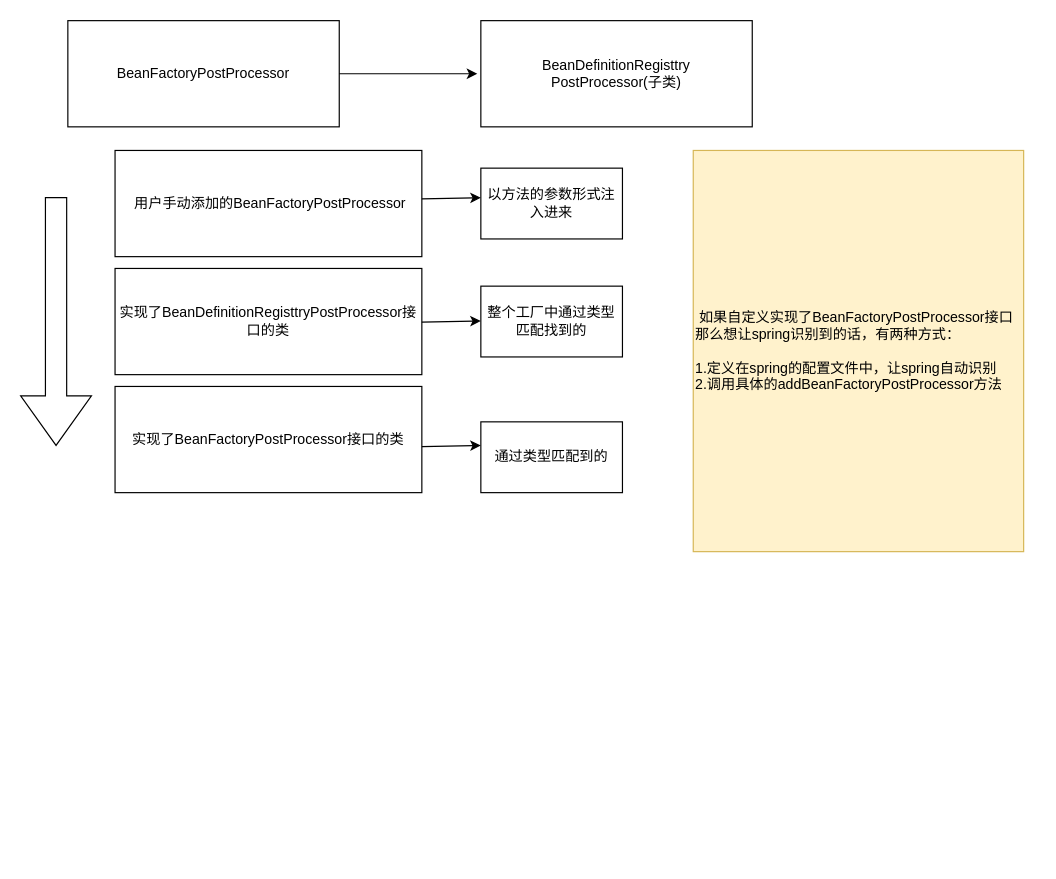
Above: spring的BeanFactoryPostProcessor的执行.drawio in huangkemingyyds/drawing (draw.io), before the change. Source tidied: cells renumbered, new cells numbered last; positions are measured from the earlier drawing's top-left corner, leaving out a move shared by most shapes. Both pictures are drawn from the tidied source at 118%, with x=0, y=0 at pixel (20, 20).
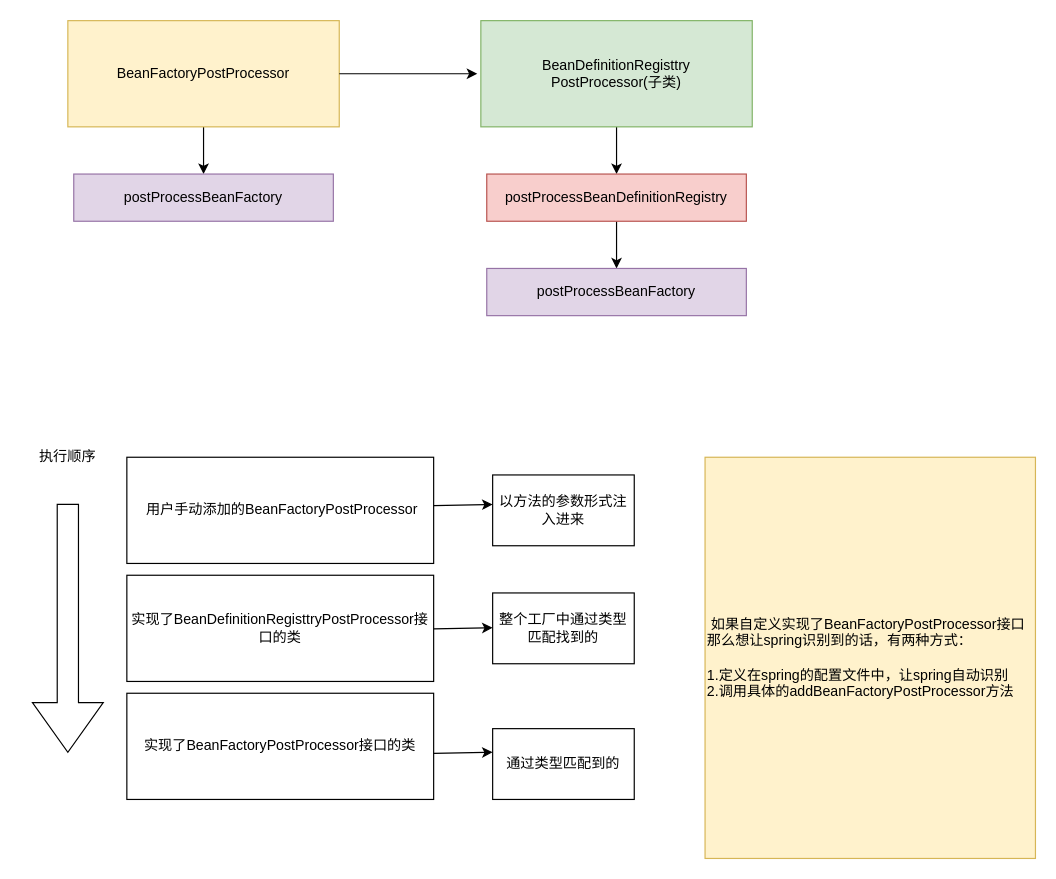
After the change.

Commit message (it also covers changes not shown here):
更新spring的BeanFactoryPostProcessor的执行.drawio

The edit, as a diff of the source:
```diff
@@
+    <mxCell id="16" style="edgeStyle=orthogonalEdgeStyle;rounded=0;jettySize=auto;html=1;exitX=0.5;exitY=1;exitDx=0;exitDy=0;" parent="1" edge="1" source="2" target="21">
+      <mxGeometry relative="1" as="geometry" />
+    </mxCell>
-    <mxCell id="2" value="BeanFactoryPostProcessor" style="rounded=0;whiteSpace=wrap;html=1;" parent="1" vertex="1">
+    <mxCell id="2" value="BeanFactoryPostProcessor" style="rounded=0;whiteSpace=wrap;html=1;fillColor=#fff2cc;strokeColor=#d6b656;" parent="1" vertex="1">
       <mxGeometry x="40" width="230" height="90" as="geometry" />
     </mxCell>
+    <mxCell id="17" style="edgeStyle=orthogonalEdgeStyle;rounded=0;jettySize=auto;html=1;entryX=0.5;entryY=0;entryDx=0;entryDy=0;" parent="1" edge="1" source="3" target="23">
+      <mxGeometry relative="1" as="geometry" />
+    </mxCell>
-    <mxCell id="3" value="BeanDefinitionRegisttry&lt;br&gt;PostProcessor(子类)" style="rounded=0;whiteSpace=wrap;html=1;" parent="1" vertex="1">
+    <mxCell id="3" value="BeanDefinitionRegisttry&lt;br&gt;PostProcessor(子类)" style="rounded=0;whiteSpace=wrap;html=1;fillColor=#d5e8d4;strokeColor=#82b366;" parent="1" vertex="1">
       <mxGeometry x="390" width="230" height="90" as="geometry" />
     </mxCell>
@@
     <mxCell id="5" style="shape=singleArrow;direction=south;whiteSpace=wrap;html=1;" parent="1" vertex="1">
-      <mxGeometry y="150" width="60" height="210" as="geometry" />
+      <mxGeometry x="10" y="410" width="60" height="210" as="geometry" />
     </mxCell>
+    <mxCell id="18" style="group;" parent="1" vertex="1">
+      <mxGeometry x="90" y="370" width="770" height="340" as="geometry" />
+    </mxCell>
-    <mxCell id="6" value="&amp;nbsp;用户手动添加的BeanFactoryPostProcessor" style="rounded=0;whiteSpace=wrap;html=1;" parent="1" vertex="1">
-      <mxGeometry x="80" y="110" width="260" height="90" as="geometry" />
+    <mxCell id="6" value="&amp;nbsp;用户手动添加的BeanFactoryPostProcessor" style="rounded=0;whiteSpace=wrap;html=1;" parent="18" vertex="1">
+      <mxGeometry width="260" height="90" as="geometry" />
     </mxCell>
+    <mxCell id="15" value="&amp;nbsp;如果自定义实现了BeanFactoryPostProcessor接口那么想让spring识别到的话，有两种方式：&lt;br&gt;&lt;br&gt;1.定义在spring的配置文件中，让spring自动识别&lt;br&gt;2.调用具体的addBeanFactoryPostProcessor方法" style="rounded=0;whiteSpace=wrap;html=1;fillColor=#fff2cc;strokeColor=#d6b656;align=left;labelPosition=center;verticalLabelPosition=middle;verticalAlign=middle;" parent="18" vertex="1">
+      <mxGeometry x="490" width="280" height="340" as="geometry" />
+    </mxCell>
+    <mxCell id="19" style="group;" parent="18" vertex="1">
+      <mxGeometry y="15" width="430" height="275" as="geometry" />
+    </mxCell>
-    <mxCell id="7" value="实现了BeanDefinitionRegisttryPostProcessor接口的类" style="rounded=0;whiteSpace=wrap;html=1;" parent="1" vertex="1">
-      <mxGeometry x="80" y="210" width="260" height="90" as="geometry" />
+    <mxCell id="7" value="实现了BeanDefinitionRegisttryPostProcessor接口的类" style="rounded=0;whiteSpace=wrap;html=1;" parent="19" vertex="1">
+      <mxGeometry y="85" width="260" height="90" as="geometry" />
     </mxCell>
-    <mxCell id="8" value="实现了BeanFactoryPostProcessor接口的类" style="rounded=0;whiteSpace=wrap;html=1;" parent="1" vertex="1">
-      <mxGeometry x="80" y="310" width="260" height="90" as="geometry" />
+    <mxCell id="8" value="实现了BeanFactoryPostProcessor接口的类" style="rounded=0;whiteSpace=wrap;html=1;" parent="19" vertex="1">
+      <mxGeometry y="185" width="260" height="90" as="geometry" />
     </mxCell>
-    <mxCell id="9" value="以方法的参数形式注入进来" style="rounded=0;whiteSpace=wrap;html=1;" parent="1" vertex="1">
-      <mxGeometry x="390" y="125" width="120" height="60" as="geometry" />
+    <mxCell id="9" value="以方法的参数形式注入进来" style="rounded=0;whiteSpace=wrap;html=1;" parent="19" vertex="1">
+      <mxGeometry x="310" width="120" height="60" as="geometry" />
     </mxCell>
-    <mxCell id="10" value="整个工厂中通过类型匹配找到的" style="rounded=0;whiteSpace=wrap;html=1;" parent="1" vertex="1">
-      <mxGeometry x="390" y="225" width="120" height="60" as="geometry" />
+    <mxCell id="10" value="整个工厂中通过类型匹配找到的" style="rounded=0;whiteSpace=wrap;html=1;" parent="19" vertex="1">
+      <mxGeometry x="310" y="100" width="120" height="60" as="geometry" />
     </mxCell>
-    <mxCell id="11" value="通过类型匹配到的" style="rounded=0;whiteSpace=wrap;html=1;" parent="1" vertex="1">
-      <mxGeometry x="390" y="340" width="120" height="60" as="geometry" />
+    <mxCell id="11" value="通过类型匹配到的" style="rounded=0;whiteSpace=wrap;html=1;" parent="19" vertex="1">
+      <mxGeometry x="310" y="215" width="120" height="60" as="geometry" />
     </mxCell>
-    <mxCell id="12" style="endArrow=classic;html=1;rounded=0;" parent="1" edge="1">
+    <mxCell id="12" style="endArrow=classic;html=1;rounded=0;" parent="19" edge="1">
       <mxGeometry relative="1" as="geometry">
-        <mxPoint x="340" y="151" as="sourcePoint" />
-        <mxPoint x="390" y="150" as="targetPoint" />
+        <mxPoint x="260" y="26" as="sourcePoint" />
+        <mxPoint x="310" y="25" as="targetPoint" />
       </mxGeometry>
     </mxCell>
-    <mxCell id="13" style="endArrow=classic;html=1;rounded=0;" parent="1" edge="1">
+    <mxCell id="13" style="endArrow=classic;html=1;rounded=0;" parent="19" edge="1">
       <mxGeometry relative="1" as="geometry">
-        <mxPoint x="340" y="255.5" as="sourcePoint" />
-        <mxPoint x="390" y="254.5" as="targetPoint" />
+        <mxPoint x="260" y="130.5" as="sourcePoint" />
+        <mxPoint x="310" y="129.5" as="targetPoint" />
       </mxGeometry>
     </mxCell>
-    <mxCell id="14" style="endArrow=classic;html=1;rounded=0;" parent="1" edge="1">
+    <mxCell id="14" style="endArrow=classic;html=1;rounded=0;" parent="19" edge="1">
       <mxGeometry relative="1" as="geometry">
-        <mxPoint x="340" y="361" as="sourcePoint" />
-        <mxPoint x="390" y="360" as="targetPoint" />
+        <mxPoint x="260" y="236" as="sourcePoint" />
+        <mxPoint x="310" y="235" as="targetPoint" />
       </mxGeometry>
     </mxCell>
-    <mxCell id="15" value="&amp;nbsp;如果自定义实现了BeanFactoryPostProcessor接口那么想让spring识别到的话，有两种方式：&lt;br&gt;&lt;br&gt;1.定义在spring的配置文件中，让spring自动识别&lt;br&gt;2.调用具体的addBeanFactoryPostProcessor方法" style="rounded=0;whiteSpace=wrap;html=1;fillColor=#fff2cc;strokeColor=#d6b656;align=left;labelPosition=center;verticalLabelPosition=middle;verticalAlign=middle;" parent="1" vertex="1">
-      <mxGeometry x="570" y="110" width="280" height="340" as="geometry" />
-    </mxCell>
+    <mxCell id="20" value="执行顺序" style="text;html=1;strokeColor=none;fillColor=none;align=center;verticalAlign=middle;whiteSpace=wrap;rounded=0;" parent="1" vertex="1">
+      <mxGeometry x="10" y="355" width="60" height="30" as="geometry" />
+    </mxCell>
+    <mxCell id="21" value="postProcessBeanFactory" style="rounded=0;whiteSpace=wrap;html=1;fillColor=#e1d5e7;strokeColor=#9673a6;" parent="1" vertex="1">
+      <mxGeometry x="45" y="130" width="220" height="40" as="geometry" />
+    </mxCell>
+    <mxCell id="22" style="edgeStyle=orthogonalEdgeStyle;rounded=0;jettySize=auto;html=1;exitX=0.5;exitY=1;exitDx=0;exitDy=0;" parent="1" edge="1" source="23" target="24">
+      <mxGeometry relative="1" as="geometry" />
+    </mxCell>
+    <mxCell id="23" value="postProcessBeanDefinitionRegistry" style="rounded=0;whiteSpace=wrap;html=1;fillColor=#f8cecc;strokeColor=#b85450;" parent="1" vertex="1">
+      <mxGeometry x="395" y="130" width="220" height="40" as="geometry" />
+    </mxCell>
+    <mxCell id="24" value="postProcessBeanFactory" style="rounded=0;whiteSpace=wrap;html=1;fillColor=#e1d5e7;strokeColor=#9673a6;" parent="1" vertex="1">
+      <mxGeometry x="395" y="210" width="220" height="40" as="geometry" />
+    </mxCell>
```
